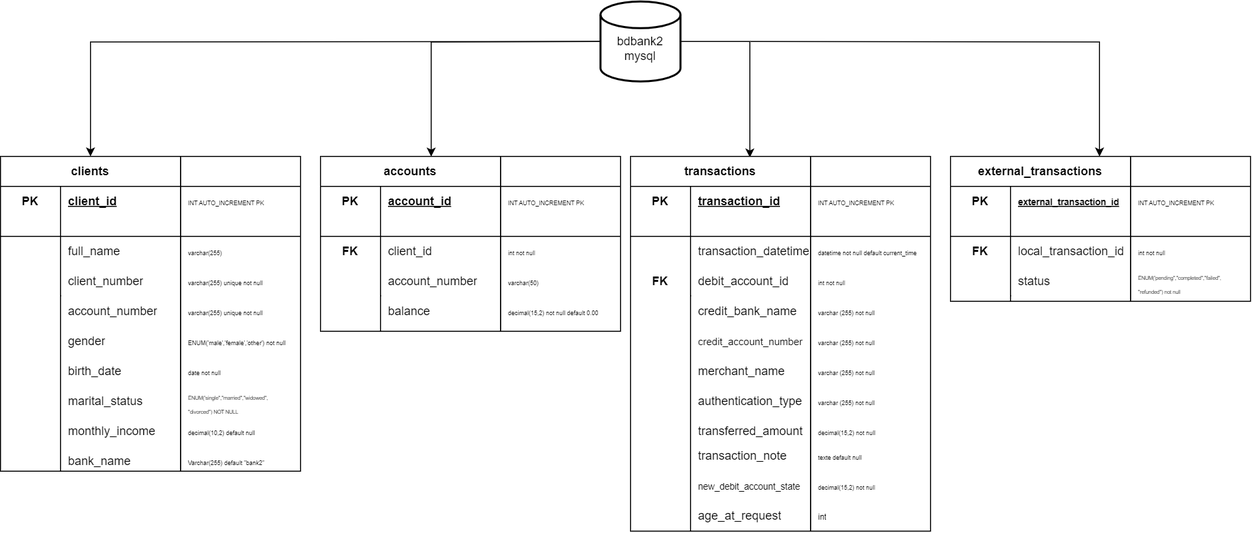
Before: table bank 2.png, a diagram exported from draw.io (gaetus44/db_iot2). Source tidied: cells renumbered, new cells last; positions are measured from the earlier drawing's top-left corner, leaving out a move shared by most shapes.
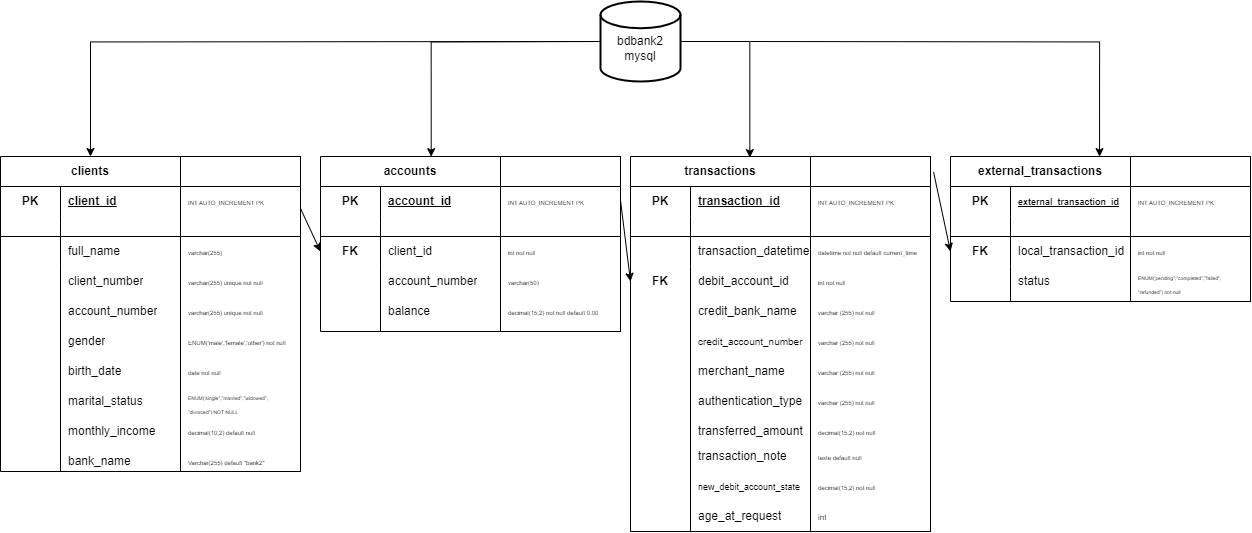
Above is the later version.

Change to the diagram source:
```diff
@@ -403,5 +403,21 @@
     <mxCell id="119" value="&lt;font style=&quot;font-size: 8px;&quot;&gt;int&lt;/font&gt;" style="shape=partialRectangle;fillColor=none;top=0;left=0;bottom=0;right=0;align=left;spacingLeft=6;overflow=hidden;html=1;whiteSpace=wrap;" parent="1" vertex="1">
       <mxGeometry x="810" y="500" width="120" height="30" as="geometry" />
     </mxCell>
+    <mxCell id="120" style="endArrow=classic;html=1;rounded=0;" parent="1" edge="1">
+      <mxGeometry relative="1" as="geometry">
+        <mxPoint x="300" y="207" as="sourcePoint" />
+        <mxPoint x="320" y="250" as="targetPoint" />
+      </mxGeometry>
+    </mxCell>
+    <mxCell id="121" style="endArrow=classic;html=1;rounded=0;exitX=1;exitY=0.25;exitDx=0;exitDy=0;" parent="1" edge="1" source="55">
+      <mxGeometry relative="1" as="geometry">
+        <mxPoint x="630" y="280" as="targetPoint" />
+      </mxGeometry>
+    </mxCell>
+    <mxCell id="122" style="endArrow=classic;html=1;rounded=0;exitX=1.026;exitY=0.042;exitDx=0;exitDy=0;exitPerimeter=0;" parent="1" edge="1" source="81">
+      <mxGeometry relative="1" as="geometry">
+        <mxPoint x="950" y="250" as="targetPoint" />
+      </mxGeometry>
+    </mxCell>
   </root>
 </mxGraphModel>
```
